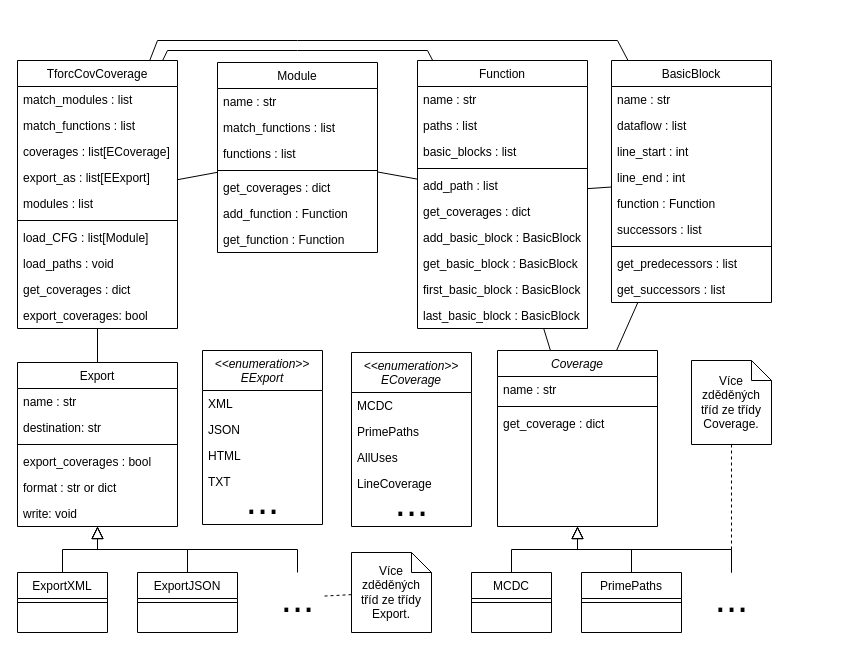
The draw.io diagram class_coverage.drawio in petkapou/DIP_diagrams, before the edit. Source tidied: cells renumbered, new cells numbered last; positions are measured from the earlier drawing's top-left corner, leaving out a move shared by most shapes. Both pictures are drawn from the tidied source at 100%, with x=0, y=0 at pixel (17, 40).
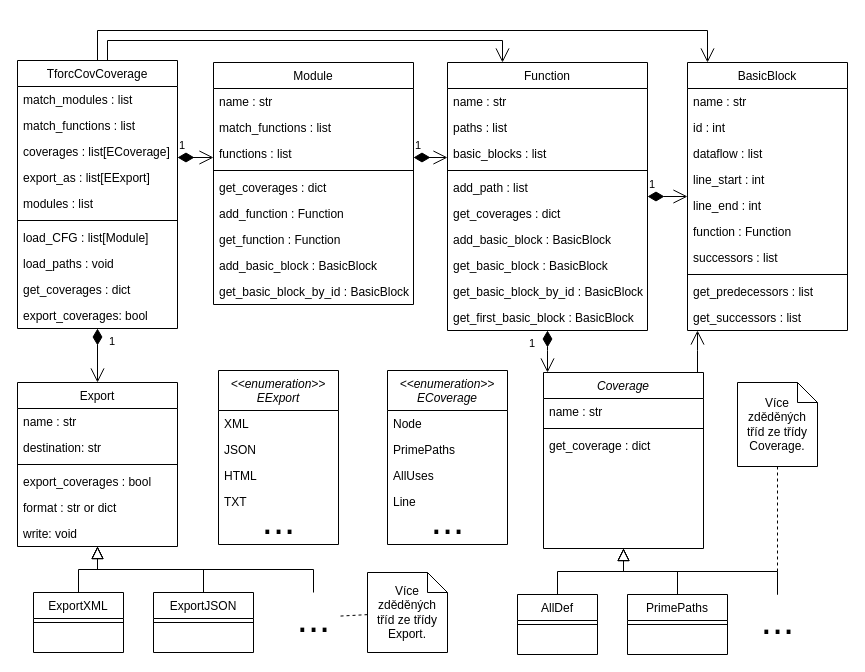
After the change.

Unchanged cells that the change refers to:
```xml
<mxCell id="23" value="TforcCovCoverage" style="swimlane;fontStyle=0;align=center;verticalAlign=top;horizontal=1;startSize=26;rounded=0;shadow=0;strokeWidth=1;" parent="1" vertex="1">
  <mxGeometry y="20" width="160" height="268" as="geometry" />
</mxCell>
```

The edit, as a diff of the source:
```diff
@@
     <mxCell id="2" value="Coverage" style="swimlane;fontStyle=2;align=center;verticalAlign=top;horizontal=1;startSize=26;rounded=0;shadow=0;strokeWidth=1;" parent="1" vertex="1">
-      <mxGeometry x="480" y="310" width="160" height="176" as="geometry" />
+      <mxGeometry x="526" y="332" width="160" height="176" as="geometry" />
     </mxCell>
@@
-    <mxCell id="6" value="MCDC" style="swimlane;fontStyle=0;align=center;verticalAlign=top;horizontal=1;startSize=26;rounded=0;shadow=0;strokeWidth=1;" parent="1" vertex="1">
-      <mxGeometry x="454" y="532" width="80" height="60" as="geometry" />
+    <mxCell id="6" value="AllDef" style="swimlane;fontStyle=0;align=center;verticalAlign=top;horizontal=1;startSize=26;rounded=0;shadow=0;strokeWidth=1;" parent="1" vertex="1">
+      <mxGeometry x="500" y="554" width="80" height="60" as="geometry" />
     </mxCell>
@@
     <mxCell id="9" value="PrimePaths" style="swimlane;fontStyle=0;align=center;verticalAlign=top;horizontal=1;startSize=26;rounded=0;shadow=0;strokeWidth=1;" parent="1" vertex="1">
-      <mxGeometry x="564" y="532" width="100" height="60" as="geometry" />
+      <mxGeometry x="610" y="554" width="100" height="60" as="geometry" />
     </mxCell>
@@
     <mxCell id="12" value="Function" style="swimlane;fontStyle=0;align=center;verticalAlign=top;horizontal=1;startSize=26;rounded=0;shadow=0;strokeWidth=1;" parent="1" vertex="1">
-      <mxGeometry x="400" y="20" width="170" height="268" as="geometry" />
+      <mxGeometry x="430" y="22" width="200" height="268" as="geometry" />
     </mxCell>
     <mxCell id="13" value="name : str" style="text;align=left;verticalAlign=top;spacingLeft=4;spacingRight=4;overflow=hidden;" parent="12" vertex="1">
-      <mxGeometry y="26" width="170" height="26" as="geometry" />
+      <mxGeometry y="26" width="200" height="26" as="geometry" />
     </mxCell>
     <mxCell id="14" value="paths : list" style="text;align=left;verticalAlign=top;spacingLeft=4;spacingRight=4;overflow=hidden;rounded=0;shadow=0;html=0;" parent="12" vertex="1">
-      <mxGeometry y="52" width="170" height="26" as="geometry" />
+      <mxGeometry y="52" width="200" height="26" as="geometry" />
     </mxCell>
     <mxCell id="15" value="basic_blocks : list" style="text;align=left;verticalAlign=top;spacingLeft=4;spacingRight=4;overflow=hidden;rounded=0;shadow=0;html=0;" parent="12" vertex="1">
-      <mxGeometry y="78" width="170" height="26" as="geometry" />
+      <mxGeometry y="78" width="200" height="26" as="geometry" />
     </mxCell>
     <mxCell id="16" style="line;html=1;strokeWidth=1;align=left;verticalAlign=middle;spacingTop=-1;spacingLeft=3;spacingRight=3;labelPosition=right;" parent="12" vertex="1">
-      <mxGeometry y="104" width="170" height="8" as="geometry" />
+      <mxGeometry y="104" width="200" height="8" as="geometry" />
     </mxCell>
     <mxCell id="17" value="add_path : list" style="text;align=left;verticalAlign=top;spacingLeft=4;spacingRight=4;overflow=hidden;" parent="12" vertex="1">
-      <mxGeometry y="112" width="170" height="26" as="geometry" />
+      <mxGeometry y="112" width="200" height="26" as="geometry" />
     </mxCell>
     <mxCell id="18" value="get_coverages : dict" style="text;align=left;verticalAlign=top;spacingLeft=4;spacingRight=4;overflow=hidden;" parent="12" vertex="1">
-      <mxGeometry y="138" width="170" height="26" as="geometry" />
+      <mxGeometry y="138" width="200" height="26" as="geometry" />
     </mxCell>
     <mxCell id="19" value="add_basic_block : BasicBlock" style="text;align=left;verticalAlign=top;spacingLeft=4;spacingRight=4;overflow=hidden;" parent="12" vertex="1">
-      <mxGeometry y="164" width="170" height="26" as="geometry" />
+      <mxGeometry y="164" width="200" height="26" as="geometry" />
     </mxCell>
     <mxCell id="20" value="get_basic_block : BasicBlock" style="text;align=left;verticalAlign=top;spacingLeft=4;spacingRight=4;overflow=hidden;" parent="12" vertex="1">
-      <mxGeometry y="190" width="170" height="26" as="geometry" />
+      <mxGeometry y="190" width="200" height="26" as="geometry" />
     </mxCell>
+    <mxCell id="93" value="get_basic_block_by_id : BasicBlock" style="text;align=left;verticalAlign=top;spacingLeft=4;spacingRight=4;overflow=hidden;" parent="12" vertex="1">
+      <mxGeometry y="216" width="200" height="26" as="geometry" />
+    </mxCell>
-    <mxCell id="21" value="first_basic_block : BasicBlock" style="text;align=left;verticalAlign=top;spacingLeft=4;spacingRight=4;overflow=hidden;" parent="12" vertex="1">
-      <mxGeometry y="216" width="170" height="26" as="geometry" />
+    <mxCell id="21" value="get_first_basic_block : BasicBlock" style="text;align=left;verticalAlign=top;spacingLeft=4;spacingRight=4;overflow=hidden;" parent="12" vertex="1">
+      <mxGeometry y="242" width="200" height="26" as="geometry" />
     </mxCell>
-    <mxCell id="22" value="last_basic_block : BasicBlock" style="text;align=left;verticalAlign=top;spacingLeft=4;spacingRight=4;overflow=hidden;" parent="12" vertex="1">
-      <mxGeometry y="242" width="170" height="26" as="geometry" />
-    </mxCell>
@@
     <mxCell id="34" value="Module" style="swimlane;fontStyle=0;align=center;verticalAlign=top;horizontal=1;startSize=26;rounded=0;shadow=0;strokeWidth=1;" parent="1" vertex="1">
-      <mxGeometry x="200" y="22" width="160" height="190" as="geometry" />
+      <mxGeometry x="196" y="22" width="200" height="242" as="geometry" />
     </mxCell>
     <mxCell id="35" value="name : str" style="text;align=left;verticalAlign=top;spacingLeft=4;spacingRight=4;overflow=hidden;" parent="34" vertex="1">
-      <mxGeometry y="26" width="160" height="26" as="geometry" />
+      <mxGeometry y="26" width="200" height="26" as="geometry" />
     </mxCell>
     <mxCell id="36" value="match_functions : list" style="text;align=left;verticalAlign=top;spacingLeft=4;spacingRight=4;overflow=hidden;rounded=0;shadow=0;html=0;" parent="34" vertex="1">
-      <mxGeometry y="52" width="160" height="26" as="geometry" />
+      <mxGeometry y="52" width="200" height="26" as="geometry" />
     </mxCell>
     <mxCell id="37" value="functions : list" style="text;align=left;verticalAlign=top;spacingLeft=4;spacingRight=4;overflow=hidden;rounded=0;shadow=0;html=0;" parent="34" vertex="1">
-      <mxGeometry y="78" width="160" height="26" as="geometry" />
+      <mxGeometry y="78" width="200" height="26" as="geometry" />
     </mxCell>
     <mxCell id="38" style="line;html=1;strokeWidth=1;align=left;verticalAlign=middle;spacingTop=-1;spacingLeft=3;spacingRight=3;labelPosition=right;" parent="34" vertex="1">
-      <mxGeometry y="104" width="160" height="8" as="geometry" />
+      <mxGeometry y="104" width="200" height="8" as="geometry" />
     </mxCell>
     <mxCell id="39" value="get_coverages : dict" style="text;align=left;verticalAlign=top;spacingLeft=4;spacingRight=4;overflow=hidden;" parent="34" vertex="1">
-      <mxGeometry y="112" width="160" height="26" as="geometry" />
+      <mxGeometry y="112" width="200" height="26" as="geometry" />
     </mxCell>
     <mxCell id="40" value="add_function : Function" style="text;align=left;verticalAlign=top;spacingLeft=4;spacingRight=4;overflow=hidden;" parent="34" vertex="1">
-      <mxGeometry y="138" width="160" height="26" as="geometry" />
+      <mxGeometry y="138" width="200" height="26" as="geometry" />
     </mxCell>
     <mxCell id="41" value="get_function : Function" style="text;align=left;verticalAlign=top;spacingLeft=4;spacingRight=4;overflow=hidden;" parent="34" vertex="1">
-      <mxGeometry y="164" width="160" height="26" as="geometry" />
+      <mxGeometry y="164" width="200" height="26" as="geometry" />
     </mxCell>
+    <mxCell id="94" value="add_basic_block : BasicBlock" style="text;align=left;verticalAlign=top;spacingLeft=4;spacingRight=4;overflow=hidden;" parent="34" vertex="1">
+      <mxGeometry y="190" width="200" height="26" as="geometry" />
+    </mxCell>
+    <mxCell id="95" value="get_basic_block_by_id : BasicBlock" style="text;align=left;verticalAlign=top;spacingLeft=4;spacingRight=4;overflow=hidden;" parent="34" vertex="1">
+      <mxGeometry y="216" width="200" height="26" as="geometry" />
+    </mxCell>
     <mxCell id="42" value="BasicBlock" style="swimlane;fontStyle=0;align=center;verticalAlign=top;horizontal=1;startSize=26;rounded=0;shadow=0;strokeWidth=1;" parent="1" vertex="1">
-      <mxGeometry x="594" y="20" width="160" height="242" as="geometry" />
+      <mxGeometry x="670" y="22" width="160" height="268" as="geometry" />
     </mxCell>
@@
+    <mxCell id="96" value="id : int" style="text;align=left;verticalAlign=top;spacingLeft=4;spacingRight=4;overflow=hidden;" parent="42" vertex="1">
+      <mxGeometry y="52" width="160" height="26" as="geometry" />
+    </mxCell>
     <mxCell id="44" value="dataflow : list" style="text;align=left;verticalAlign=top;spacingLeft=4;spacingRight=4;overflow=hidden;rounded=0;shadow=0;html=0;" parent="42" vertex="1">
-      <mxGeometry y="52" width="160" height="26" as="geometry" />
+      <mxGeometry y="78" width="160" height="26" as="geometry" />
     </mxCell>
     <mxCell id="45" value="line_start : int" style="text;align=left;verticalAlign=top;spacingLeft=4;spacingRight=4;overflow=hidden;rounded=0;shadow=0;html=0;" parent="42" vertex="1">
-      <mxGeometry y="78" width="160" height="26" as="geometry" />
+      <mxGeometry y="104" width="160" height="26" as="geometry" />
     </mxCell>
     <mxCell id="46" value="line_end : int" style="text;align=left;verticalAlign=top;spacingLeft=4;spacingRight=4;overflow=hidden;rounded=0;shadow=0;html=0;" parent="42" vertex="1">
-      <mxGeometry y="104" width="160" height="26" as="geometry" />
+      <mxGeometry y="130" width="160" height="26" as="geometry" />
     </mxCell>
     <mxCell id="47" value="function : Function" style="text;align=left;verticalAlign=top;spacingLeft=4;spacingRight=4;overflow=hidden;" parent="42" vertex="1">
-      <mxGeometry y="130" width="160" height="26" as="geometry" />
+      <mxGeometry y="156" width="160" height="26" as="geometry" />
     </mxCell>
     <mxCell id="48" value="successors : list" style="text;align=left;verticalAlign=top;spacingLeft=4;spacingRight=4;overflow=hidden;" parent="42" vertex="1">
-      <mxGeometry y="156" width="160" height="26" as="geometry" />
+      <mxGeometry y="182" width="160" height="26" as="geometry" />
     </mxCell>
     <mxCell id="49" style="line;html=1;strokeWidth=1;align=left;verticalAlign=middle;spacingTop=-1;spacingLeft=3;spacingRight=3;labelPosition=right;" parent="42" vertex="1">
-      <mxGeometry y="182" width="160" height="8" as="geometry" />
+      <mxGeometry y="208" width="160" height="8" as="geometry" />
     </mxCell>
     <mxCell id="50" value="get_predecessors : list" style="text;align=left;verticalAlign=top;spacingLeft=4;spacingRight=4;overflow=hidden;" parent="42" vertex="1">
-      <mxGeometry y="190" width="160" height="26" as="geometry" />
+      <mxGeometry y="216" width="160" height="26" as="geometry" />
     </mxCell>
     <mxCell id="51" value="get_successors : list" style="text;align=left;verticalAlign=top;spacingLeft=4;spacingRight=4;overflow=hidden;" parent="42" vertex="1">
-      <mxGeometry y="216" width="160" height="26" as="geometry" />
+      <mxGeometry y="242" width="160" height="26" as="geometry" />
     </mxCell>
     <mxCell id="52" value="Export" style="swimlane;fontStyle=0;align=center;verticalAlign=top;horizontal=1;startSize=26;rounded=0;shadow=0;strokeWidth=1;" parent="1" vertex="1">
-      <mxGeometry y="322" width="160" height="164" as="geometry" />
+      <mxGeometry y="342" width="160" height="164" as="geometry" />
     </mxCell>
@@
     <mxCell id="60" value="ExportXML" style="swimlane;fontStyle=0;align=center;verticalAlign=top;horizontal=1;startSize=26;rounded=0;shadow=0;strokeWidth=1;" parent="1" vertex="1">
-      <mxGeometry y="532" width="90" height="60" as="geometry" />
+      <mxGeometry x="16" y="552" width="90" height="60" as="geometry" />
     </mxCell>
@@
     <mxCell id="62" value="ExportJSON" style="swimlane;fontStyle=0;align=center;verticalAlign=top;horizontal=1;startSize=26;rounded=0;shadow=0;strokeWidth=1;" parent="1" vertex="1">
-      <mxGeometry x="120" y="532" width="100" height="60" as="geometry" />
+      <mxGeometry x="136" y="552" width="100" height="60" as="geometry" />
     </mxCell>
@@
-    <mxCell id="66" style="endArrow=none;html=1;rounded=0;" parent="1" edge="1" source="52" target="23">
-      <mxGeometry relative="1" as="geometry" />
-    </mxCell>
-    <mxCell id="67" style="endArrow=none;html=1;rounded=0;" parent="1" edge="1" source="23" target="34">
-      <mxGeometry relative="1" as="geometry" />
-    </mxCell>
-    <mxCell id="68" style="endArrow=none;html=1;rounded=0;" parent="1" edge="1" source="34" target="12">
-      <mxGeometry relative="1" as="geometry" />
-    </mxCell>
-    <mxCell id="69" style="endArrow=none;html=1;rounded=0;" parent="1" edge="1" source="12" target="42">
-      <mxGeometry relative="1" as="geometry" />
-    </mxCell>
-    <mxCell id="70" style="endArrow=none;html=1;rounded=0;" parent="1" edge="1" source="2" target="12">
-      <mxGeometry relative="1" as="geometry" />
-    </mxCell>
@@
     <mxCell id="72" value="Více zděděných tříd ze třídy Coverage." style="shape=note;size=20;whiteSpace=wrap;html=1;" parent="1" vertex="1">
-      <mxGeometry x="674" y="320" width="80" height="84" as="geometry" />
+      <mxGeometry x="720" y="342" width="80" height="84" as="geometry" />
     </mxCell>
     <mxCell id="73" value="..." style="text;html=1;align=center;verticalAlign=middle;points=[];fillColor=none;strokeColor=none;rounded=0;fontSize=40;" parent="1" vertex="1">
-      <mxGeometry x="689" y="532" width="50" height="50" as="geometry" />
+      <mxGeometry x="735" y="554" width="50" height="50" as="geometry" />
     </mxCell>
@@
     <mxCell id="75" value="&lt;&lt;enumeration&gt;&gt;&#10;ECoverage" style="swimlane;fontStyle=2;align=center;verticalAlign=top;horizontal=1;startSize=40;rounded=0;shadow=0;strokeWidth=1;" parent="1" vertex="1">
-      <mxGeometry x="334" y="312" width="120" height="174" as="geometry" />
+      <mxGeometry x="370" y="330" width="120" height="174" as="geometry" />
     </mxCell>
-    <mxCell id="76" value="MCDC" style="text;align=left;verticalAlign=top;spacingLeft=4;spacingRight=4;overflow=hidden;" parent="75" vertex="1">
+    <mxCell id="76" value="Node" style="text;align=left;verticalAlign=top;spacingLeft=4;spacingRight=4;overflow=hidden;" parent="75" vertex="1">
       <mxGeometry y="40" width="120" height="26" as="geometry" />
     </mxCell>
@@
-    <mxCell id="79" value="LineCoverage" style="text;align=left;verticalAlign=top;spacingLeft=4;spacingRight=4;overflow=hidden;" parent="75" vertex="1">
+    <mxCell id="79" value="Line" style="text;align=left;verticalAlign=top;spacingLeft=4;spacingRight=4;overflow=hidden;" parent="75" vertex="1">
       <mxGeometry y="118" width="120" height="26" as="geometry" />
     </mxCell>
@@
     <mxCell id="81" value="&lt;&lt;enumeration&gt;&gt;&#10;EExport" style="swimlane;fontStyle=2;align=center;verticalAlign=top;horizontal=1;startSize=40;rounded=0;shadow=0;strokeWidth=1;" parent="1" vertex="1">
-      <mxGeometry x="185" y="310" width="120" height="174" as="geometry" />
+      <mxGeometry x="201" y="330" width="120" height="174" as="geometry" />
     </mxCell>
@@
     <mxCell id="87" value="..." style="text;html=1;align=center;verticalAlign=middle;points=[];fillColor=none;strokeColor=none;rounded=0;fontSize=40;" parent="1" vertex="1">
-      <mxGeometry x="255" y="532" width="50" height="50" as="geometry" />
+      <mxGeometry x="271" y="552" width="50" height="50" as="geometry" />
     </mxCell>
     <mxCell id="88" value="Více zděděných tříd ze třídy Export." style="shape=note;size=20;whiteSpace=wrap;html=1;" parent="1" vertex="1">
-      <mxGeometry x="334" y="512" width="80" height="80" as="geometry" />
+      <mxGeometry x="350" y="532" width="80" height="80" as="geometry" />
     </mxCell>
@@
+    <mxCell id="67" value="1" style="endArrow=open;html=1;endSize=12;startArrow=diamondThin;startSize=14;startFill=1;edgeStyle=orthogonalEdgeStyle;align=left;verticalAlign=bottom;rounded=0;" parent="1" edge="1" source="23" target="34">
+      <mxGeometry x="-1" y="3" relative="1" as="geometry">
+        <Array as="points">
+          <mxPoint x="170" y="117" />
+          <mxPoint x="170" y="117" />
+        </Array>
+      </mxGeometry>
+    </mxCell>
+    <mxCell id="68" value="1" style="endArrow=open;html=1;endSize=12;startArrow=diamondThin;startSize=14;startFill=1;edgeStyle=orthogonalEdgeStyle;align=left;verticalAlign=bottom;rounded=0;" parent="1" edge="1" source="34" target="12">
+      <mxGeometry x="-1" y="3" relative="1" as="geometry">
+        <Array as="points">
+          <mxPoint x="400" y="117" />
+          <mxPoint x="400" y="117" />
+        </Array>
+      </mxGeometry>
+    </mxCell>
+    <mxCell id="69" value="1" style="endArrow=open;html=1;endSize=12;startArrow=diamondThin;startSize=14;startFill=1;edgeStyle=orthogonalEdgeStyle;align=left;verticalAlign=bottom;rounded=0;" parent="1" edge="1" source="12" target="42">
+      <mxGeometry x="-1" y="3" relative="1" as="geometry">
+        <Array as="points">
+          <mxPoint x="580" y="120" />
+          <mxPoint x="580" y="120" />
+        </Array>
+      </mxGeometry>
+    </mxCell>
+    <mxCell id="97" value="1" style="endArrow=open;html=1;endSize=12;startArrow=diamondThin;startSize=14;startFill=1;edgeStyle=orthogonalEdgeStyle;align=left;verticalAlign=bottom;rounded=0;" parent="1" edge="1" source="12" target="2">
+      <mxGeometry x="0.05" y="-20" relative="1" as="geometry">
+        <Array as="points">
+          <mxPoint x="530" y="310" />
+          <mxPoint x="530" y="310" />
+        </Array>
+      </mxGeometry>
+    </mxCell>
+    <mxCell id="98" value="1" style="endArrow=open;html=1;endSize=12;startArrow=diamondThin;startSize=14;startFill=1;edgeStyle=orthogonalEdgeStyle;align=left;verticalAlign=bottom;rounded=0;" parent="1" edge="1" source="23" target="52">
+      <mxGeometry x="-0.19" y="10" relative="1" as="geometry" />
+    </mxCell>
+    <mxCell id="99" style="endArrow=open;html=1;endSize=12;startArrow=none;startSize=14;startFill=0;edgeStyle=orthogonalEdgeStyle;align=left;verticalAlign=bottom;rounded=0;" parent="1" edge="1" source="2" target="42">
+      <mxGeometry x="-0.52" y="-10" relative="1" as="geometry">
+        <Array as="points">
+          <mxPoint x="680" y="310" />
+          <mxPoint x="680" y="310" />
+        </Array>
+      </mxGeometry>
+    </mxCell>
+    <mxCell id="91" style="endArrow=open;html=1;endSize=12;startArrow=none;startSize=14;startFill=0;edgeStyle=orthogonalEdgeStyle;align=left;verticalAlign=bottom;rounded=0;" parent="1" edge="1" source="23" target="42">
+      <mxGeometry x="-0.52" y="-10" relative="1" as="geometry">
+        <Array as="points">
+          <mxPoint x="80" y="-10" />
+          <mxPoint x="690" y="-10" />
+        </Array>
+      </mxGeometry>
+    </mxCell>
-    <mxCell id="90" style="endArrow=none;html=1;rounded=0;" parent="1" edge="1" source="23" target="12">
-      <mxGeometry relative="1" as="geometry">
+    <mxCell id="90" style="endArrow=open;html=1;endSize=12;startArrow=none;startSize=14;startFill=0;edgeStyle=orthogonalEdgeStyle;align=left;verticalAlign=bottom;rounded=0;" parent="1" edge="1" source="23" target="12">
+      <mxGeometry x="-0.63" y="30" relative="1" as="geometry">
         <Array as="points">
-          <mxPoint x="150" y="10" />
-          <mxPoint x="280" y="10" />
-          <mxPoint x="410" y="10" />
+          <mxPoint x="90" />
+          <mxPoint x="485" />
         </Array>
       </mxGeometry>
     </mxCell>
-    <mxCell id="91" style="endArrow=none;html=1;rounded=0;" parent="1" edge="1" source="23" target="42">
-      <mxGeometry relative="1" as="geometry">
-        <Array as="points">
-          <mxPoint x="140" />
-          <mxPoint x="280" />
-          <mxPoint x="600" />
-        </Array>
-      </mxGeometry>
-    </mxCell>
-    <mxCell id="92" style="endArrow=none;html=1;rounded=0;" parent="1" edge="1" source="42" target="2">
-      <mxGeometry relative="1" as="geometry" />
-    </mxCell>
```
